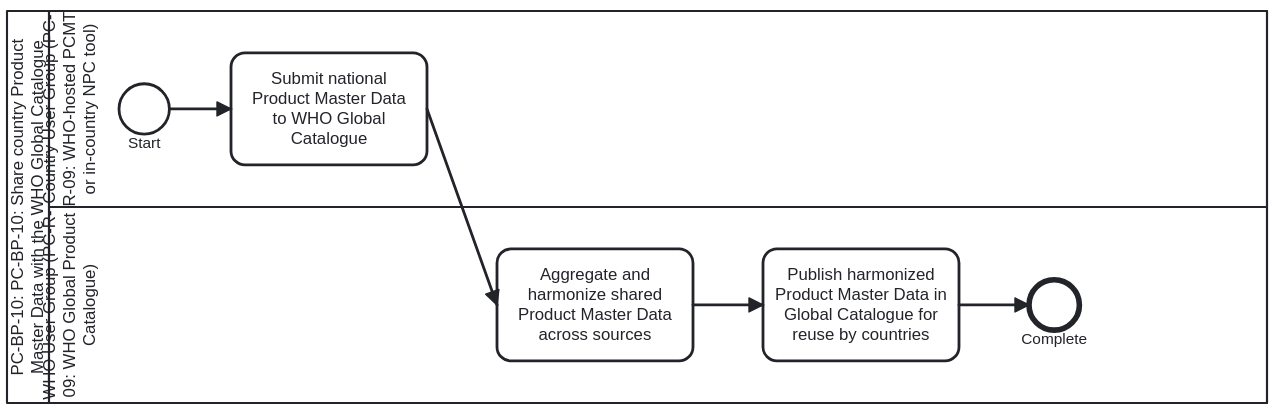
This is folio/dth-pc/media/PC-BP-10.svg from litlfred/dth-pc, a BPMN export, as it was before one commit. Its source is kept beside it as processes/PC-BP-10.bpmn. Ids are renumbered.
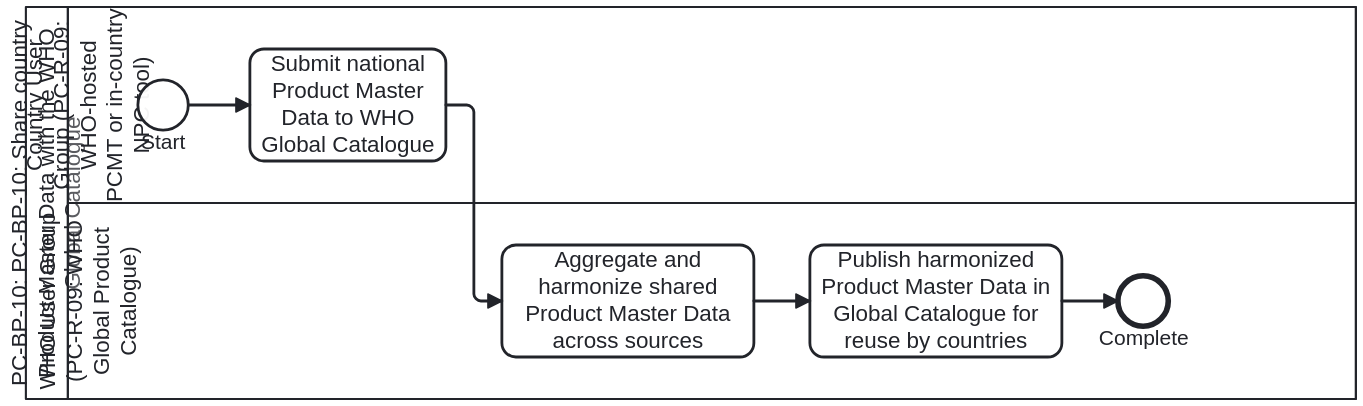
The same diagram one commit later.

Diff of the diagram source:
```diff
@@ -55,13 +55,13 @@
   <bpmndi:BPMNDiagram id="BPMNDiagram_PC_BP_10">
     <bpmndi:BPMNPlane id="BPMNPlane_PC_BP_10" bpmnElement="Collaboration_PC_BP_10">
       <bpmndi:BPMNShape id="Participant_PC_BP_10_di" bpmnElement="Participant_PC_BP_10" isHorizontal="true">
-        <dc:Bounds x="100" y="60" width="900" height="280" />
+        <dc:Bounds x="100" y="60" width="950" height="280" />
       </bpmndi:BPMNShape>
       <bpmndi:BPMNShape id="Lane_1_di" bpmnElement="Lane_1" isHorizontal="true">
-        <dc:Bounds x="130" y="60" width="870" height="140" />
+        <dc:Bounds x="130" y="60" width="920" height="140" />
       </bpmndi:BPMNShape>
       <bpmndi:BPMNShape id="Lane_2_di" bpmnElement="Lane_2" isHorizontal="true">
-        <dc:Bounds x="130" y="200" width="870" height="140" />
+        <dc:Bounds x="130" y="200" width="920" height="140" />
       </bpmndi:BPMNShape>
       <bpmndi:BPMNShape id="StartEvent_1_di" bpmnElement="StartEvent_1">
         <dc:Bounds x="180" y="112" width="36" height="36" />
@@ -70,13 +70,13 @@
         <dc:Bounds x="260" y="90" width="140" height="80" />
       </bpmndi:BPMNShape>
       <bpmndi:BPMNShape id="Task_2_di" bpmnElement="Task_2">
-        <dc:Bounds x="450" y="230" width="140" height="80" />
+        <dc:Bounds x="440" y="230" width="180" height="80" />
       </bpmndi:BPMNShape>
       <bpmndi:BPMNShape id="Task_3_di" bpmnElement="Task_3">
-        <dc:Bounds x="640" y="230" width="140" height="80" />
+        <dc:Bounds x="660" y="230" width="180" height="80" />
       </bpmndi:BPMNShape>
       <bpmndi:BPMNShape id="EndEvent_1_di" bpmnElement="EndEvent_1">
-        <dc:Bounds x="830" y="252" width="36" height="36" />
+        <dc:Bounds x="880" y="252" width="36" height="36" />
       </bpmndi:BPMNShape>
       <bpmndi:BPMNEdge id="Flow_0_di" bpmnElement="Flow_0">
         <di:waypoint x="216" y="130" />
@@ -84,15 +84,17 @@
       </bpmndi:BPMNEdge>
       <bpmndi:BPMNEdge id="Flow_1_di" bpmnElement="Flow_1">
         <di:waypoint x="400" y="130" />
-        <di:waypoint x="450" y="270" />
+        <di:waypoint x="420" y="130" />
+        <di:waypoint x="420" y="270" />
+        <di:waypoint x="440" y="270" />
       </bpmndi:BPMNEdge>
       <bpmndi:BPMNEdge id="Flow_2_di" bpmnElement="Flow_2">
-        <di:waypoint x="590" y="270" />
-        <di:waypoint x="640" y="270" />
+        <di:waypoint x="620" y="270" />
+        <di:waypoint x="660" y="270" />
       </bpmndi:BPMNEdge>
       <bpmndi:BPMNEdge id="Flow_3_di" bpmnElement="Flow_3">
-        <di:waypoint x="780" y="270" />
-        <di:waypoint x="830" y="270" />
+        <di:waypoint x="840" y="270" />
+        <di:waypoint x="880" y="270" />
       </bpmndi:BPMNEdge>
     </bpmndi:BPMNPlane>
   </bpmndi:BPMNDiagram>
```
